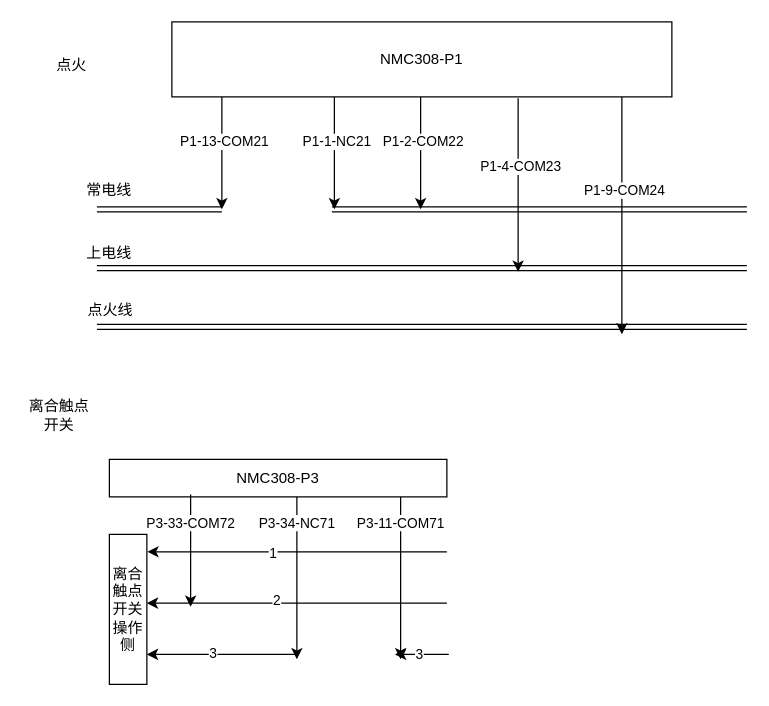
Before: 道依茨2104.drawio in Hanye1108/drawio, a draw.io diagram. Source tidied: cells renumbered, new cells numbered last; positions are measured from the earlier drawing's top-left corner, leaving out a move shared by most shapes. Both pictures are drawn from the tidied source at 125%, with x=0, y=0 at pixel (21, 21).
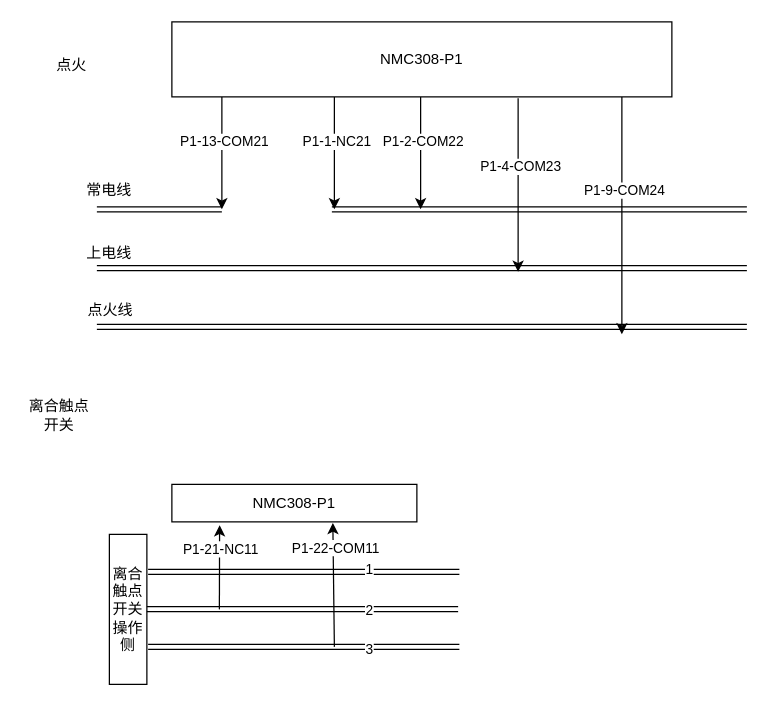
The same page after the edit.

Commit message (it also covers changes not shown here):
更新道依茨2104.drawio

Change to the diagram source:
```diff
@@
-    <mxCell id="22" style="endArrow=classic;html=1;rounded=0;entryX=1.114;entryY=0.217;entryDx=0;entryDy=0;entryPerimeter=0;" parent="1" edge="1">
-      <mxGeometry relative="1" as="geometry">
-        <mxPoint x="340" y="424" as="sourcePoint" />
-        <mxPoint x="100.4" y="423.9" as="targetPoint" />
-        <Array as="points">
-          <mxPoint x="146" y="424" />
-        </Array>
-      </mxGeometry>
-    </mxCell>
+    <mxCell id="28" value="NMC308-P1" style="rounded=0;whiteSpace=wrap;html=1;" parent="1" vertex="1">
+      <mxGeometry x="120" y="370" width="196" height="30" as="geometry" />
+    </mxCell>
+    <mxCell id="37" value="离合触点开关" style="text;html=1;align=center;verticalAlign=middle;whiteSpace=wrap;rounded=0;" parent="1" vertex="1">
+      <mxGeometry y="300" width="60" height="30" as="geometry" />
+    </mxCell>
+    <mxCell id="38" style="shape=link;html=1;rounded=0;" parent="1" edge="1">
+      <mxGeometry relative="1" as="geometry">
+        <mxPoint x="101" y="440" as="sourcePoint" />
+        <mxPoint x="350" y="440" as="targetPoint" />
+      </mxGeometry>
+    </mxCell>
-    <mxCell id="23" value="1" style="edgeLabel;html=1;align=center;verticalAlign=middle;" parent="22" vertex="1">
-      <mxGeometry x="0.2" relative="1" as="geometry">
-        <mxPoint x="4" as="offset" />
-      </mxGeometry>
+    <mxCell id="23" value="1" style="edgeLabel;html=1;align=center;verticalAlign=middle;" parent="38" vertex="1">
+      <mxGeometry x="0.41" y="3" relative="1" as="geometry" />
     </mxCell>
-    <mxCell id="24" style="endArrow=classic;html=1;rounded=0;entryX=1.114;entryY=0.217;entryDx=0;entryDy=0;entryPerimeter=0;" parent="1" edge="1">
-      <mxGeometry relative="1" as="geometry">
-        <mxPoint x="340" y="465" as="sourcePoint" />
-        <mxPoint x="100" y="465" as="targetPoint" />
-      </mxGeometry>
-    </mxCell>
+    <mxCell id="39" style="shape=link;html=1;rounded=0;" parent="1" edge="1">
+      <mxGeometry relative="1" as="geometry">
+        <mxPoint x="100" y="469.7" as="sourcePoint" />
+        <mxPoint x="349" y="469.7" as="targetPoint" />
+      </mxGeometry>
+    </mxCell>
-    <mxCell id="25" value="2" style="edgeLabel;html=1;align=center;verticalAlign=middle;" parent="24" vertex="1">
-      <mxGeometry x="0.14" y="-3" relative="1" as="geometry" />
+    <mxCell id="25" value="2" style="edgeLabel;html=1;align=center;verticalAlign=middle;" parent="39" vertex="1">
+      <mxGeometry x="0.42" y="-1" relative="1" as="geometry" />
     </mxCell>
-    <mxCell id="26" style="endArrow=classic;html=1;rounded=0;entryX=1.114;entryY=0.217;entryDx=0;entryDy=0;entryPerimeter=0;" parent="1" edge="1">
-      <mxGeometry relative="1" as="geometry">
-        <mxPoint x="220" y="506" as="sourcePoint" />
-        <mxPoint x="100" y="506" as="targetPoint" />
-      </mxGeometry>
-    </mxCell>
-    <mxCell id="27" value="3" style="edgeLabel;html=1;align=center;verticalAlign=middle;" parent="26" vertex="1">
-      <mxGeometry x="0.11" y="-2" relative="1" as="geometry">
-        <mxPoint x="-1" as="offset" />
-      </mxGeometry>
-    </mxCell>
-    <mxCell id="28" value="NMC308-P3" style="rounded=0;whiteSpace=wrap;html=1;" parent="1" vertex="1">
-      <mxGeometry x="70" y="350" width="270" height="30" as="geometry" />
-    </mxCell>
-    <mxCell id="29" style="endArrow=classic;html=1;rounded=0;exitX=0.25;exitY=1;exitDx=0;exitDy=0;" parent="1" edge="1">
-      <mxGeometry relative="1" as="geometry">
-        <mxPoint x="135" y="378" as="sourcePoint" />
-        <mxPoint x="135" y="468" as="targetPoint" />
-      </mxGeometry>
-    </mxCell>
-    <mxCell id="30" value="P3-33-COM72" style="edgeLabel;html=1;align=center;verticalAlign=middle;" parent="29" vertex="1">
-      <mxGeometry x="-0.52" y="-1" relative="1" as="geometry" />
-    </mxCell>
-    <mxCell id="31" style="endArrow=classic;html=1;rounded=0;exitX=0.25;exitY=1;exitDx=0;exitDy=0;" parent="1" edge="1">
-      <mxGeometry relative="1" as="geometry">
-        <mxPoint x="220" y="380" as="sourcePoint" />
-        <mxPoint x="220" y="510" as="targetPoint" />
-      </mxGeometry>
-    </mxCell>
-    <mxCell id="32" value="P3-34-NC71" style="edgeLabel;html=1;align=center;verticalAlign=middle;" parent="31" vertex="1">
-      <mxGeometry x="-0.52" y="-1" relative="1" as="geometry">
-        <mxPoint y="-11" as="offset" />
-      </mxGeometry>
-    </mxCell>
-    <mxCell id="33" style="endArrow=classic;html=1;rounded=0;entryX=1.114;entryY=0.217;entryDx=0;entryDy=0;entryPerimeter=0;" parent="1" edge="1">
-      <mxGeometry relative="1" as="geometry">
-        <mxPoint x="341.5" y="506" as="sourcePoint" />
-        <mxPoint x="298.5" y="506" as="targetPoint" />
-      </mxGeometry>
-    </mxCell>
-    <mxCell id="34" value="3" style="edgeLabel;html=1;align=center;verticalAlign=middle;" parent="33" vertex="1">
-      <mxGeometry x="0.11" y="-1" relative="1" as="geometry" />
-    </mxCell>
-    <mxCell id="35" style="endArrow=classic;html=1;rounded=0;exitX=0.25;exitY=1;exitDx=0;exitDy=0;" parent="1" edge="1">
-      <mxGeometry relative="1" as="geometry">
-        <mxPoint x="303" y="380" as="sourcePoint" />
-        <mxPoint x="303" y="510" as="targetPoint" />
-      </mxGeometry>
-    </mxCell>
-    <mxCell id="36" value="P3-11-COM71" style="edgeLabel;html=1;align=center;verticalAlign=middle;" parent="35" vertex="1">
-      <mxGeometry x="-0.52" y="-1" relative="1" as="geometry">
-        <mxPoint y="-11" as="offset" />
-      </mxGeometry>
-    </mxCell>
-    <mxCell id="37" value="离合触点开关" style="text;html=1;align=center;verticalAlign=middle;whiteSpace=wrap;rounded=0;" parent="1" vertex="1">
-      <mxGeometry y="300" width="60" height="30" as="geometry" />
-    </mxCell>
+    <mxCell id="40" style="shape=link;html=1;rounded=0;" parent="1" edge="1">
+      <mxGeometry relative="1" as="geometry">
+        <mxPoint x="101" y="500" as="sourcePoint" />
+        <mxPoint x="350" y="500" as="targetPoint" />
+      </mxGeometry>
+    </mxCell>
+    <mxCell id="41" value="3" style="edgeLabel;html=1;align=center;verticalAlign=middle;" parent="40" vertex="1">
+      <mxGeometry x="0.41" y="-1" relative="1" as="geometry" />
+    </mxCell>
+    <mxCell id="42" style="endArrow=classic;html=1;rounded=0;entryX=0.657;entryY=1.029;entryDx=0;entryDy=0;entryPerimeter=0;" parent="1" edge="1" target="28">
+      <mxGeometry relative="1" as="geometry">
+        <mxPoint x="250" y="500" as="sourcePoint" />
+      </mxGeometry>
+    </mxCell>
+    <mxCell id="43" value="P1-22-COM11" style="edgeLabel;html=1;align=center;verticalAlign=middle;" parent="42" vertex="1">
+      <mxGeometry x="0.61" y="-1" relative="1" as="geometry">
+        <mxPoint y="1" as="offset" />
+      </mxGeometry>
+    </mxCell>
+    <mxCell id="44" style="endArrow=classic;html=1;rounded=0;entryX=0.307;entryY=1.086;entryDx=0;entryDy=0;entryPerimeter=0;" parent="1" edge="1">
+      <mxGeometry relative="1" as="geometry">
+        <mxPoint x="158" y="470" as="sourcePoint" />
+        <mxPoint x="158.2" y="402.6" as="targetPoint" />
+      </mxGeometry>
+    </mxCell>
+    <mxCell id="45" value="P1-21-NC11" style="edgeLabel;html=1;align=center;verticalAlign=middle;" parent="44" vertex="1">
+      <mxGeometry x="0.44" relative="1" as="geometry" />
+    </mxCell>
```
